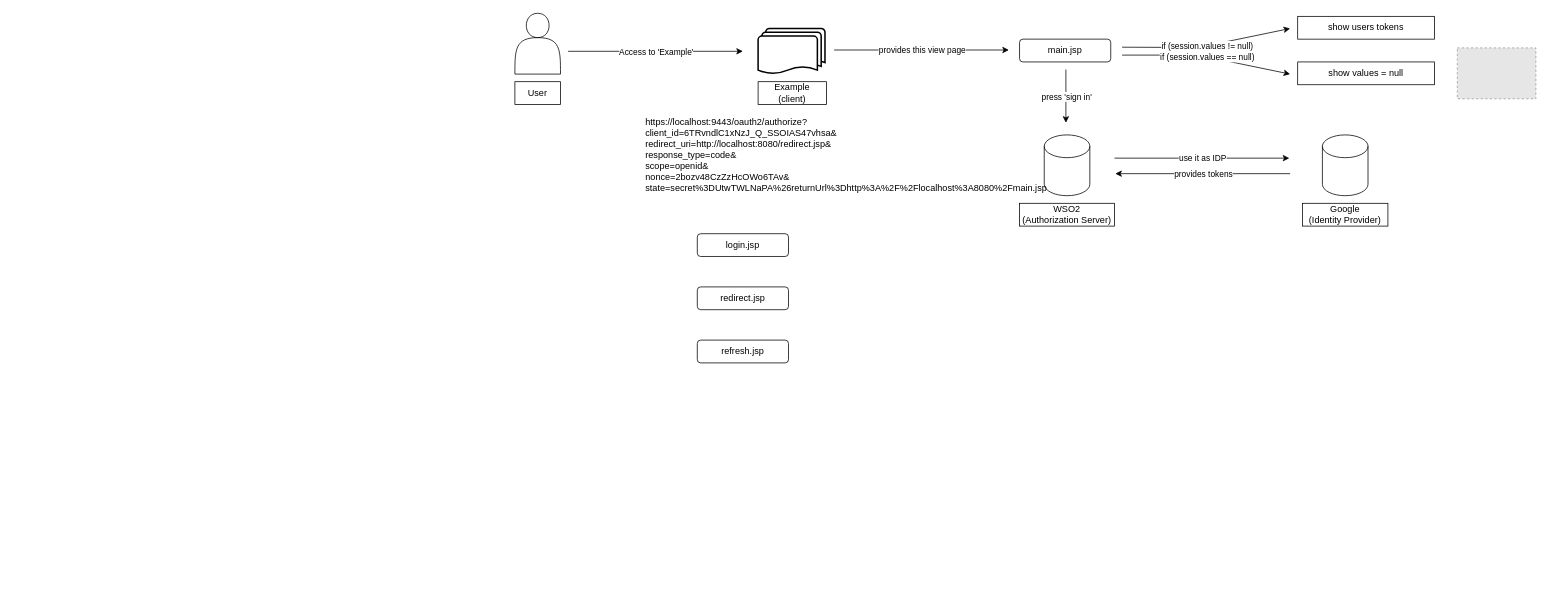
EST-94/workflows_diagram keeps this draw.io diagram as workflows/OIDC_basicAplFlow.drawio. Above is the earlier version. Source tidied: cells renumbered, new cells numbered last; positions are measured from the earlier drawing's top-left corner, leaving out a move shared by most shapes. Both pictures are drawn from the tidied source at 76%, with x=0, y=0 at pixel (515, 13). Pictures stored in the file or linked from it are replaced by grey dashed boxes.
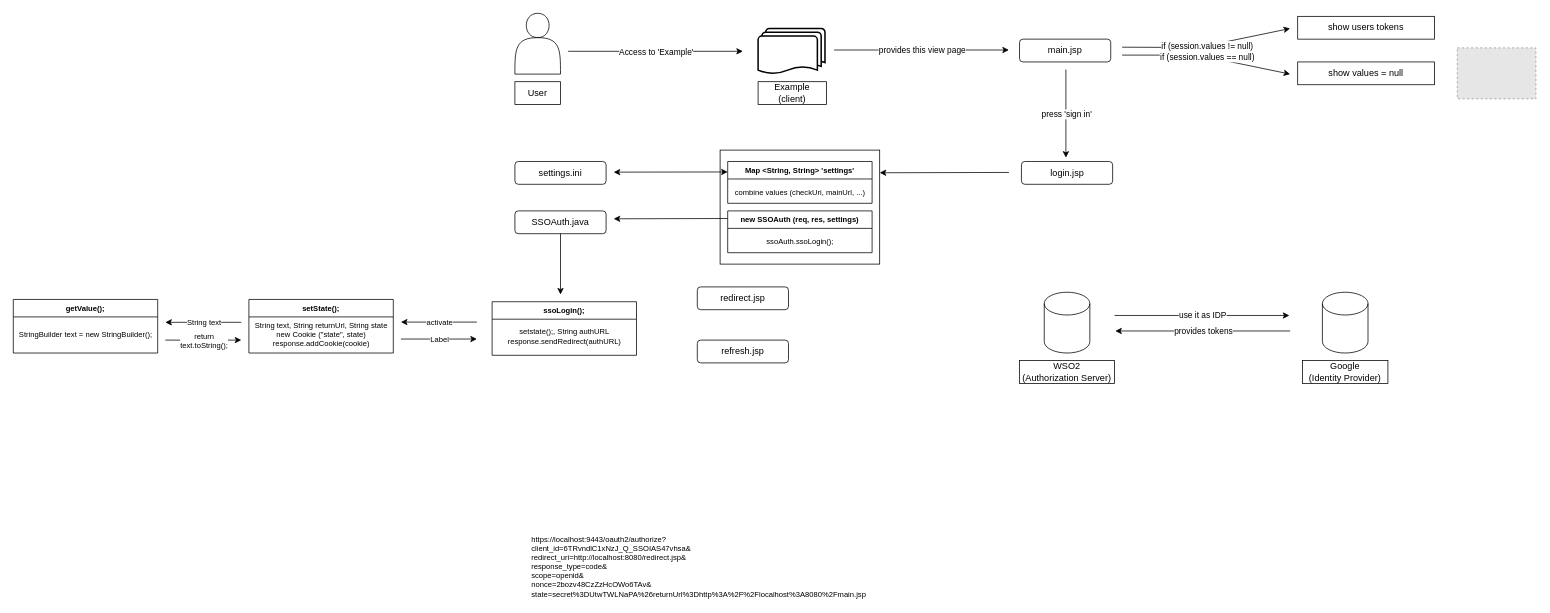
The same page after the edit.

Change to the diagram source:
```diff
@@
+    <mxCell id="32" style="rounded=0;whiteSpace=wrap;html=1;fontSize=10;" parent="1" vertex="1">
+      <mxGeometry x="270" y="180" width="210" height="150" as="geometry" />
+    </mxCell>
@@
     <mxCell id="9" value="login.jsp" style="rounded=1;whiteSpace=wrap;html=1;" parent="1" vertex="1">
-      <mxGeometry x="240" y="290" width="120" height="30" as="geometry" />
+      <mxGeometry x="666.5" y="195" width="120" height="30" as="geometry" />
     </mxCell>
@@
     <mxCell id="21" style="endArrow=classic;html=1;rounded=0;" parent="1" edge="1">
       <mxGeometry relative="1" as="geometry">
         <mxPoint x="725" y="74" as="sourcePoint" />
-        <mxPoint x="725" y="144" as="targetPoint" />
+        <mxPoint x="725" y="190" as="targetPoint" />
       </mxGeometry>
     </mxCell>
@@
     <mxCell id="23" style="shape=cylinder3;whiteSpace=wrap;html=1;boundedLbl=1;backgroundOutline=1;size=15;" parent="1" vertex="1">
-      <mxGeometry x="696.5" y="160" width="60" height="80" as="geometry" />
+      <mxGeometry x="696.5" y="367" width="60" height="80" as="geometry" />
     </mxCell>
     <mxCell id="24" value="WSO2&lt;br&gt;(Authorization Server)" style="rounded=0;whiteSpace=wrap;html=1;" parent="1" vertex="1">
-      <mxGeometry x="664" y="250" width="125" height="30" as="geometry" />
+      <mxGeometry x="664" y="457" width="125" height="30" as="geometry" />
     </mxCell>
     <mxCell id="25" style="endArrow=classic;html=1;rounded=0;" parent="1" edge="1">
       <mxGeometry relative="1" as="geometry">
-        <mxPoint x="789" y="190.6" as="sourcePoint" />
-        <mxPoint x="1019" y="190.6" as="targetPoint" />
+        <mxPoint x="789" y="397.6" as="sourcePoint" />
+        <mxPoint x="1019" y="397.6" as="targetPoint" />
       </mxGeometry>
     </mxCell>
@@
     <mxCell id="27" style="shape=cylinder3;whiteSpace=wrap;html=1;boundedLbl=1;backgroundOutline=1;size=15;" parent="1" vertex="1">
-      <mxGeometry x="1062.5" y="160" width="60" height="80" as="geometry" />
+      <mxGeometry x="1062.5" y="367" width="60" height="80" as="geometry" />
     </mxCell>
     <mxCell id="28" value="Google&lt;br&gt;(Identity Provider)" style="rounded=0;whiteSpace=wrap;html=1;" parent="1" vertex="1">
-      <mxGeometry x="1036.2" y="250" width="112.5" height="30" as="geometry" />
+      <mxGeometry x="1036.2" y="457" width="112.5" height="30" as="geometry" />
     </mxCell>
     <mxCell id="29" style="endArrow=classic;html=1;rounded=0;" parent="1" edge="1">
       <mxGeometry relative="1" as="geometry">
-        <mxPoint x="1020" y="211" as="sourcePoint" />
-        <mxPoint x="790" y="211" as="targetPoint" />
+        <mxPoint x="1020" y="418" as="sourcePoint" />
+        <mxPoint x="790" y="418" as="targetPoint" />
       </mxGeometry>
     </mxCell>
@@
-    <mxCell id="31" value="https://localhost:9443/oauth2/authorize?&lt;br&gt;client_id=6TRvndlC1xNzJ_Q_SSOIAS47vhsa&amp;amp;&lt;br&gt;redirect_uri=http://localhost:8080/redirect.jsp&amp;amp;&lt;br&gt;response_type=code&amp;amp;&lt;br&gt;scope=openid&amp;amp;&lt;br&gt;nonce=2bozv48CzZzHcOWo6TAv&amp;amp;&lt;br&gt;state=secret%3DUtwTWLNaPA%26returnUrl%3Dhttp%3A%2F%2Flocalhost%3A8080%2Fmain.jsp" style="text;whiteSpace=wrap;html=1;" parent="1" vertex="1">
-      <mxGeometry x="170" y="130" width="540" height="120" as="geometry" />
+    <mxCell id="31" value="https://localhost:9443/oauth2/authorize?&lt;br style=&quot;font-size: 10px;&quot;&gt;client_id=6TRvndlC1xNzJ_Q_SSOIAS47vhsa&amp;amp;&lt;br style=&quot;font-size: 10px;&quot;&gt;redirect_uri=http://localhost:8080/redirect.jsp&amp;amp;&lt;br style=&quot;font-size: 10px;&quot;&gt;response_type=code&amp;amp;&lt;br style=&quot;font-size: 10px;&quot;&gt;scope=openid&amp;amp;&lt;br style=&quot;font-size: 10px;&quot;&gt;nonce=2bozv48CzZzHcOWo6TAv&amp;amp;&lt;br style=&quot;font-size: 10px;&quot;&gt;state=secret%3DUtwTWLNaPA%26returnUrl%3Dhttp%3A%2F%2Flocalhost%3A8080%2Fmain.jsp" style="text;whiteSpace=wrap;html=1;fontSize=10;" parent="1" vertex="1">
+      <mxGeometry x="20" y="680" width="450" height="90" as="geometry" />
     </mxCell>
+    <mxCell id="33" style="endArrow=classic;html=1;rounded=0;" parent="1" edge="1">
+      <mxGeometry relative="1" as="geometry">
+        <mxPoint x="650" y="209.4" as="sourcePoint" />
+        <mxPoint x="480" y="209.8" as="targetPoint" />
+      </mxGeometry>
+    </mxCell>
+    <mxCell id="34" value="Map &lt;String, String&gt; 'settings'" style="swimlane;fontSize=10;" parent="1" vertex="1">
+      <mxGeometry x="280" y="195" width="190" height="55" as="geometry" />
+    </mxCell>
+    <mxCell id="35" value="combine values (checkUri, mainUrl, ...)" style="text;html=1;align=center;verticalAlign=middle;strokeColor=none;fillColor=none;fontSize=10;" parent="34" vertex="1">
+      <mxGeometry y="30" width="190" height="20" as="geometry" />
+    </mxCell>
+    <mxCell id="36" value="settings.ini" style="rounded=1;whiteSpace=wrap;html=1;" parent="1" vertex="1">
+      <mxGeometry y="195" width="120" height="30" as="geometry" />
+    </mxCell>
+    <mxCell id="37" value="new SSOAuth (req, res, settings)" style="swimlane;fontSize=10;" parent="1" vertex="1">
+      <mxGeometry x="280" y="260" width="190" height="55" as="geometry" />
+    </mxCell>
+    <mxCell id="38" value="ssoAuth.ssoLogin();" style="text;html=1;align=center;verticalAlign=middle;strokeColor=none;fillColor=none;fontSize=10;" parent="37" vertex="1">
+      <mxGeometry x="45" y="30" width="100" height="20" as="geometry" />
+    </mxCell>
+    <mxCell id="39" style="endArrow=classic;startArrow=classic;html=1;rounded=0;fontSize=10;entryX=0;entryY=0.25;entryDx=0;entryDy=0;" parent="1" edge="1" target="34">
+      <mxGeometry relative="1" as="geometry">
+        <mxPoint x="130" y="209" as="sourcePoint" />
+      </mxGeometry>
+    </mxCell>
+    <mxCell id="40" value="SSOAuth.java" style="rounded=1;whiteSpace=wrap;html=1;" parent="1" vertex="1">
+      <mxGeometry y="260" width="120" height="30" as="geometry" />
+    </mxCell>
+    <mxCell id="41" style="endArrow=classic;html=1;rounded=0;" parent="1" edge="1">
+      <mxGeometry relative="1" as="geometry">
+        <mxPoint x="280" y="270" as="sourcePoint" />
+        <mxPoint x="130" y="270.4" as="targetPoint" />
+      </mxGeometry>
+    </mxCell>
+    <mxCell id="42" style="endArrow=classic;html=1;rounded=0;" parent="1" edge="1">
+      <mxGeometry relative="1" as="geometry">
+        <mxPoint x="60" y="290" as="sourcePoint" />
+        <mxPoint x="60" y="370" as="targetPoint" />
+      </mxGeometry>
+    </mxCell>
+    <mxCell id="43" value="ssoLogin();" style="swimlane;fontSize=10;" parent="1" vertex="1">
+      <mxGeometry x="-30" y="379.5" width="190" height="70.5" as="geometry" />
+    </mxCell>
+    <mxCell id="44" value="setstate();, String authURL&lt;br&gt;response.sendRedirect(authURL)" style="text;html=1;align=center;verticalAlign=middle;strokeColor=none;fillColor=none;fontSize=10;" parent="43" vertex="1">
+      <mxGeometry x="15" y="30.5" width="160" height="30" as="geometry" />
+    </mxCell>
+    <mxCell id="45" value="setState();" style="swimlane;fontSize=10;startSize=23;" parent="1" vertex="1">
+      <mxGeometry x="-350" y="376.5" width="190" height="70.5" as="geometry" />
+    </mxCell>
+    <mxCell id="46" value="String text, String returnUrl, String state&lt;br&gt;new Cookie (&quot;state&quot;, state)&lt;br&gt;response.addCookie(cookie)" style="text;html=1;align=center;verticalAlign=middle;strokeColor=none;fillColor=none;fontSize=10;" parent="45" vertex="1">
+      <mxGeometry y="25.5" width="190" height="40" as="geometry" />
+    </mxCell>
+    <mxCell id="47" style="endArrow=classic;html=1;rounded=0;fontSize=10;" parent="1" edge="1">
+      <mxGeometry relative="1" as="geometry">
+        <mxPoint x="-150" y="428.6" as="sourcePoint" />
+        <mxPoint x="-50" y="428.6" as="targetPoint" />
+      </mxGeometry>
+    </mxCell>
+    <mxCell id="48" value="Label" style="edgeLabel;html=1;align=center;verticalAlign=middle;fontSize=10;" parent="47" vertex="1">
+      <mxGeometry relative="1" as="geometry" />
+    </mxCell>
+    <mxCell id="49" style="endArrow=classic;html=1;rounded=0;fontSize=10;" parent="1" edge="1">
+      <mxGeometry relative="1" as="geometry">
+        <mxPoint x="-50" y="406.3" as="sourcePoint" />
+        <mxPoint x="-150" y="406.3" as="targetPoint" />
+      </mxGeometry>
+    </mxCell>
+    <mxCell id="50" value="activate" style="edgeLabel;html=1;align=center;verticalAlign=middle;fontSize=10;" parent="49" vertex="1">
+      <mxGeometry relative="1" as="geometry" />
+    </mxCell>
+    <mxCell id="51" value="getValue();" style="swimlane;fontSize=10;startSize=23;" parent="1" vertex="1">
+      <mxGeometry x="-660" y="376.5" width="190" height="70.5" as="geometry" />
+    </mxCell>
+    <mxCell id="52" value="StringBuilder text = new StringBuilder();" style="text;html=1;align=center;verticalAlign=middle;strokeColor=none;fillColor=none;fontSize=10;" parent="51" vertex="1">
+      <mxGeometry y="35.5" width="190" height="20" as="geometry" />
+    </mxCell>
+    <mxCell id="53" style="endArrow=classic;html=1;rounded=0;fontSize=10;" parent="1" edge="1">
+      <mxGeometry relative="1" as="geometry">
+        <mxPoint x="-360" y="406.6" as="sourcePoint" />
+        <mxPoint x="-460" y="406.6" as="targetPoint" />
+      </mxGeometry>
+    </mxCell>
+    <mxCell id="54" value="String text" style="edgeLabel;html=1;align=center;verticalAlign=middle;fontSize=10;" parent="53" vertex="1">
+      <mxGeometry relative="1" as="geometry" />
+    </mxCell>
+    <mxCell id="55" style="endArrow=classic;html=1;rounded=0;fontSize=10;" parent="1" edge="1">
+      <mxGeometry relative="1" as="geometry">
+        <mxPoint x="-460" y="430" as="sourcePoint" />
+        <mxPoint x="-360" y="430" as="targetPoint" />
+      </mxGeometry>
+    </mxCell>
+    <mxCell id="56" value="return &lt;br&gt;text.toString();" style="edgeLabel;html=1;align=center;verticalAlign=middle;fontSize=10;" parent="55" vertex="1">
+      <mxGeometry relative="1" as="geometry" />
+    </mxCell>
```
